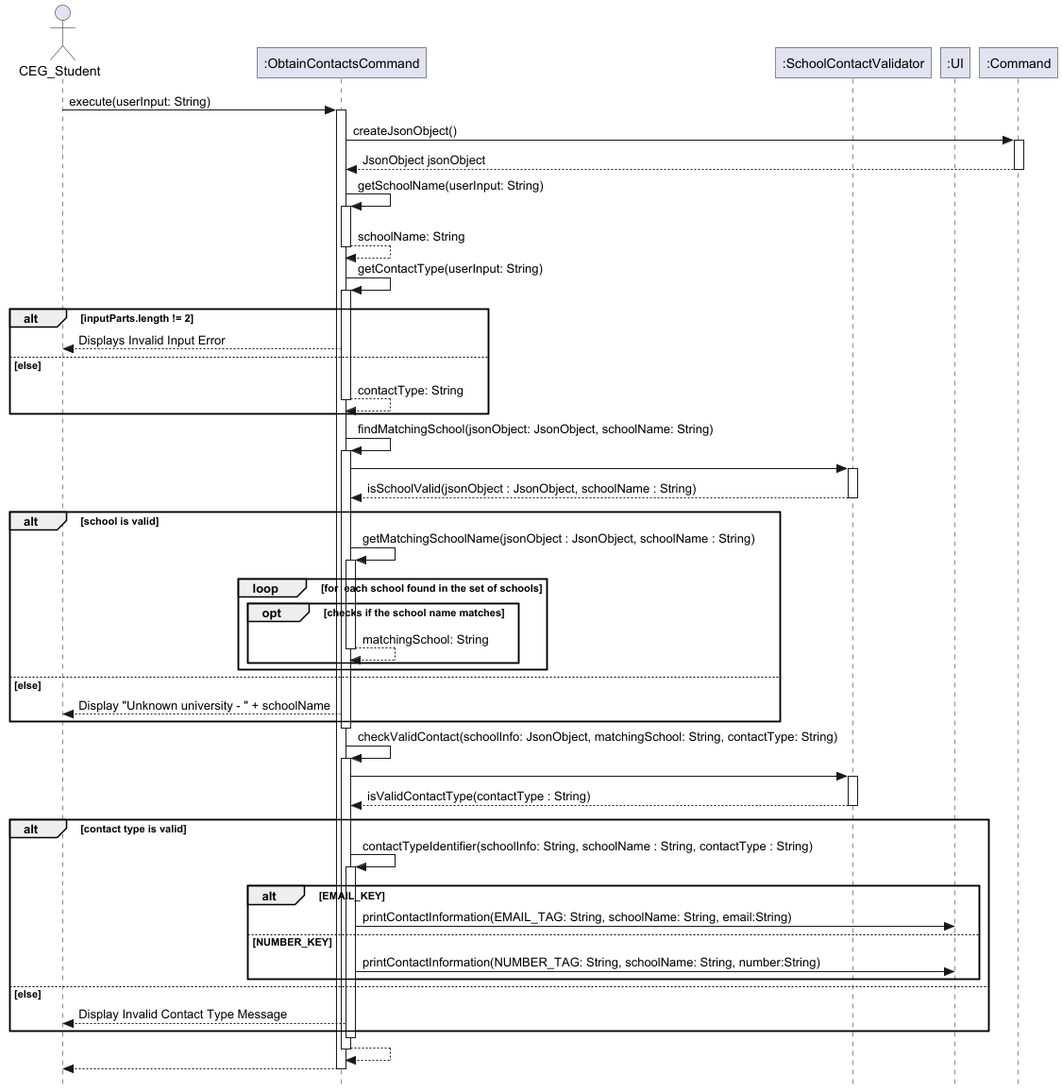
This is docs/images/ObtainContactsCommand.png from nus-cs2113-AY2425S1/tp, a PlantUML export, as it was before one commit.
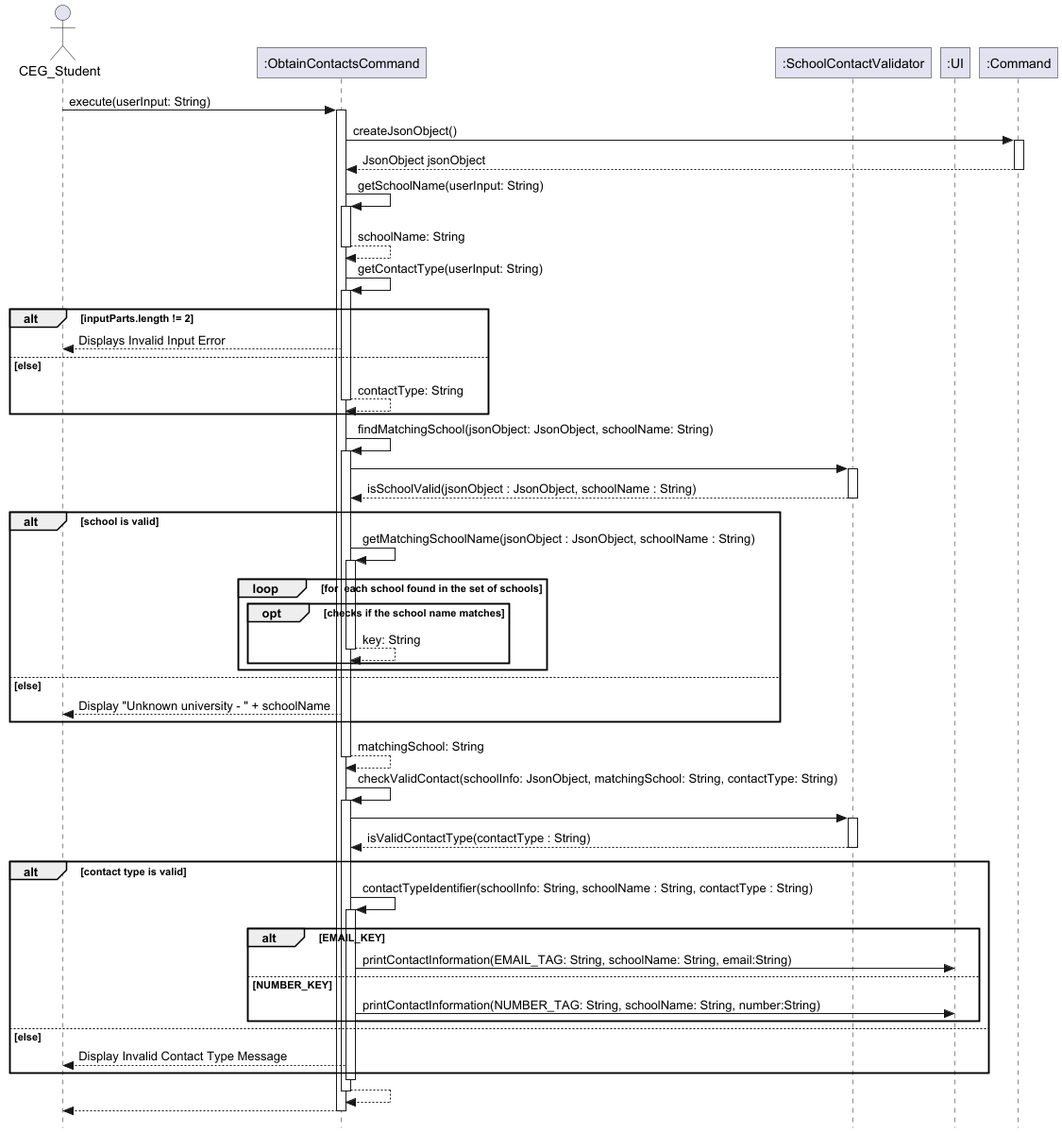
Above is the later version.

Commit message:
New fix to obtain after updates

Change to the diagram source:
```diff
@@ -45,12 +45,14 @@
     activate ObtainContactsCommand
     loop for  each school found in the set of schools
         opt checks if the school name matches
-            return matchingSchool: String
+            return key: String
         end
     end
 else else
         ObtainContactsCommand --> CEG_Student: Display "Unknown university - " + schoolName
 end
+ObtainContactsCommand --> ObtainContactsCommand: matchingSchool: String
+
 deactivate ObtainContactsCommand
 
 ObtainContactsCommand -> ObtainContactsCommand: checkValidContact(schoolInfo: JsonObject, matchingSchool: String, contactType: String)
```
